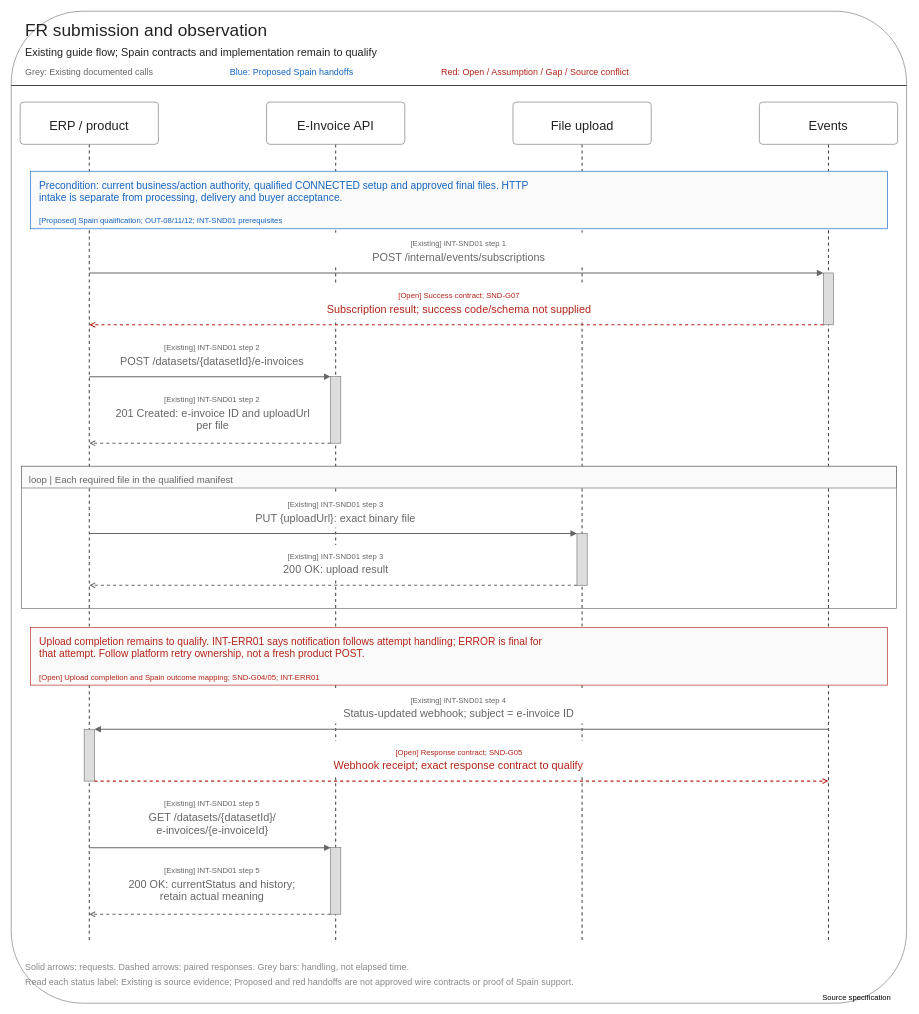
jiaxinhe0709/pm_second_brain keeps this draw.io diagram as assets/diagrams/invoice-sending-fr-submission-sequence.drawio. Above is the earlier version. Source tidied: cells renumbered, new cells numbered last; positions are measured from the earlier drawing's top-left corner, leaving out a move shared by most shapes. Both pictures are drawn from the tidied source at 64%, with x=0, y=0 at pixel (11, 11).
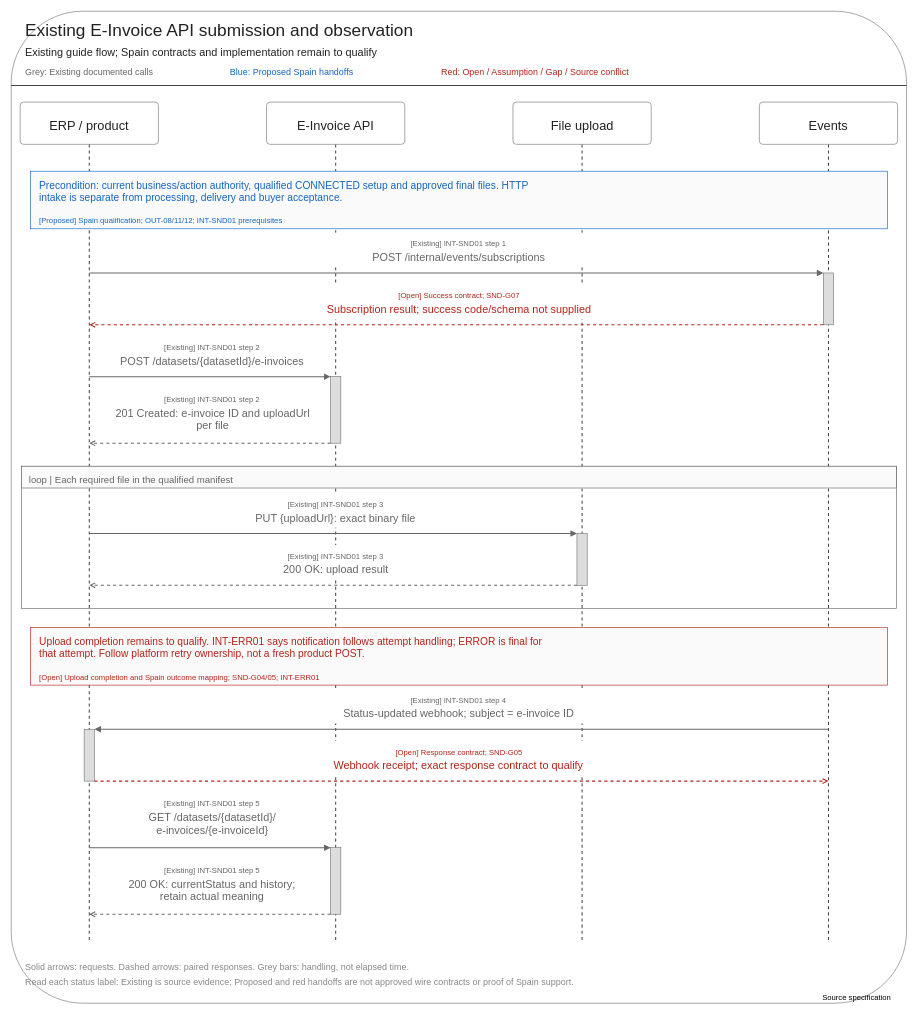
The same page after the edit.

Commit message (it also covers changes not shown here):
Retain current E-Invoice API heading and stable sending anchor

Change to the diagram source:
```diff
@@
-    <mxCell id="3" value="FR submission and observation" style="text;html=0;whiteSpace=wrap;spacing=0;verticalAlign=top;align=left;fontSize=27;fontColor=#222222;" parent="1" vertex="1">
-      <mxGeometry x="22" y="10" width="505.3" height="26" as="geometry" />
+    <mxCell id="3" value="Existing E-Invoice API submission and observation" style="text;html=0;whiteSpace=wrap;spacing=0;verticalAlign=top;align=left;fontSize=27;fontColor=#222222;" parent="1" vertex="1">
+      <mxGeometry x="22" y="10" width="845.5" height="26" as="geometry" />
     </mxCell>
```
